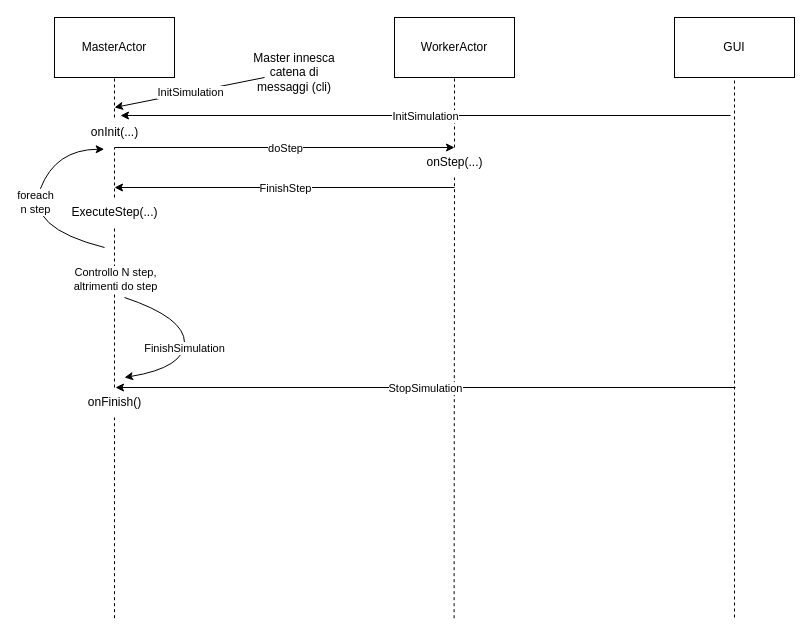
The draw.io diagram docs/part1.drawio in Paso2000/PCD-Assignment03, before the edit. Source tidied: cells renumbered, new cells numbered last; positions are measured from the earlier drawing's top-left corner, leaving out a move shared by most shapes. Both pictures are drawn from the tidied source at 100%, with x=0, y=0 at pixel (25, 17).
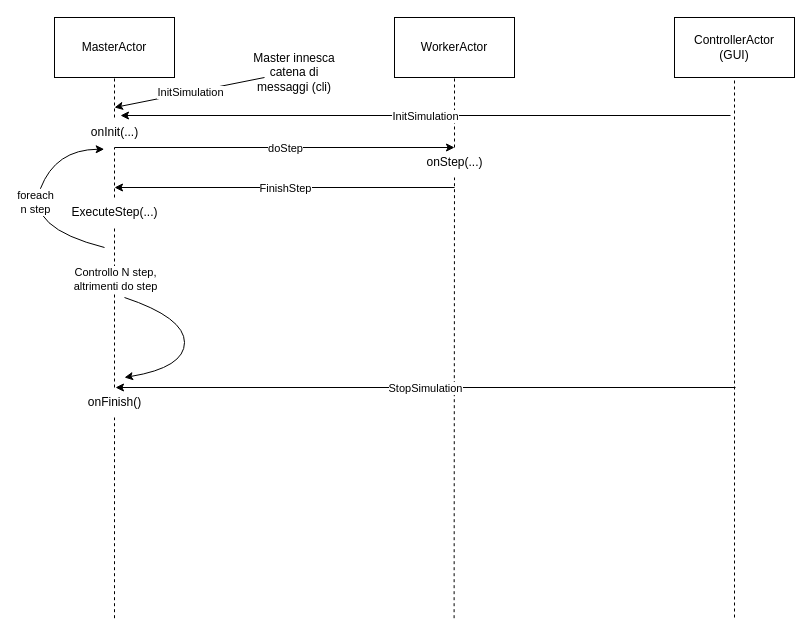
The same diagram, later.

Commit message (it also covers changes not shown here):
refact code part1,update docs

The change refers to these unchanged cells:
```xml
<mxCell id="22" style="curved=1;endArrow=classic;html=1;rounded=0;" parent="1" edge="1">
  <mxGeometry relative="1" as="geometry">
    <mxPoint x="99" y="280" as="sourcePoint" />
    <mxPoint x="99" y="360" as="targetPoint" />
    <Array as="points">
      <mxPoint x="159" y="300" />
      <mxPoint x="159" y="350" />
    </Array>
  </mxGeometry>
</mxCell>
```

Diff of the diagram source:
```diff
@@
-    <mxCell id="23" value="FinishSimulation" style="edgeLabel;html=1;align=center;verticalAlign=middle;" parent="22" vertex="1">
-      <mxGeometry x="0.08" y="-1" relative="1" as="geometry" />
-    </mxCell>
@@
-    <mxCell id="26" value="GUI" style="rounded=0;whiteSpace=wrap;html=1;" parent="1" vertex="1">
+    <mxCell id="26" value="ControllerActor&lt;div&gt;(GUI)&lt;/div&gt;" style="rounded=0;whiteSpace=wrap;html=1;" parent="1" vertex="1">
       <mxGeometry x="649" width="120" height="60" as="geometry" />
     </mxCell>
```
